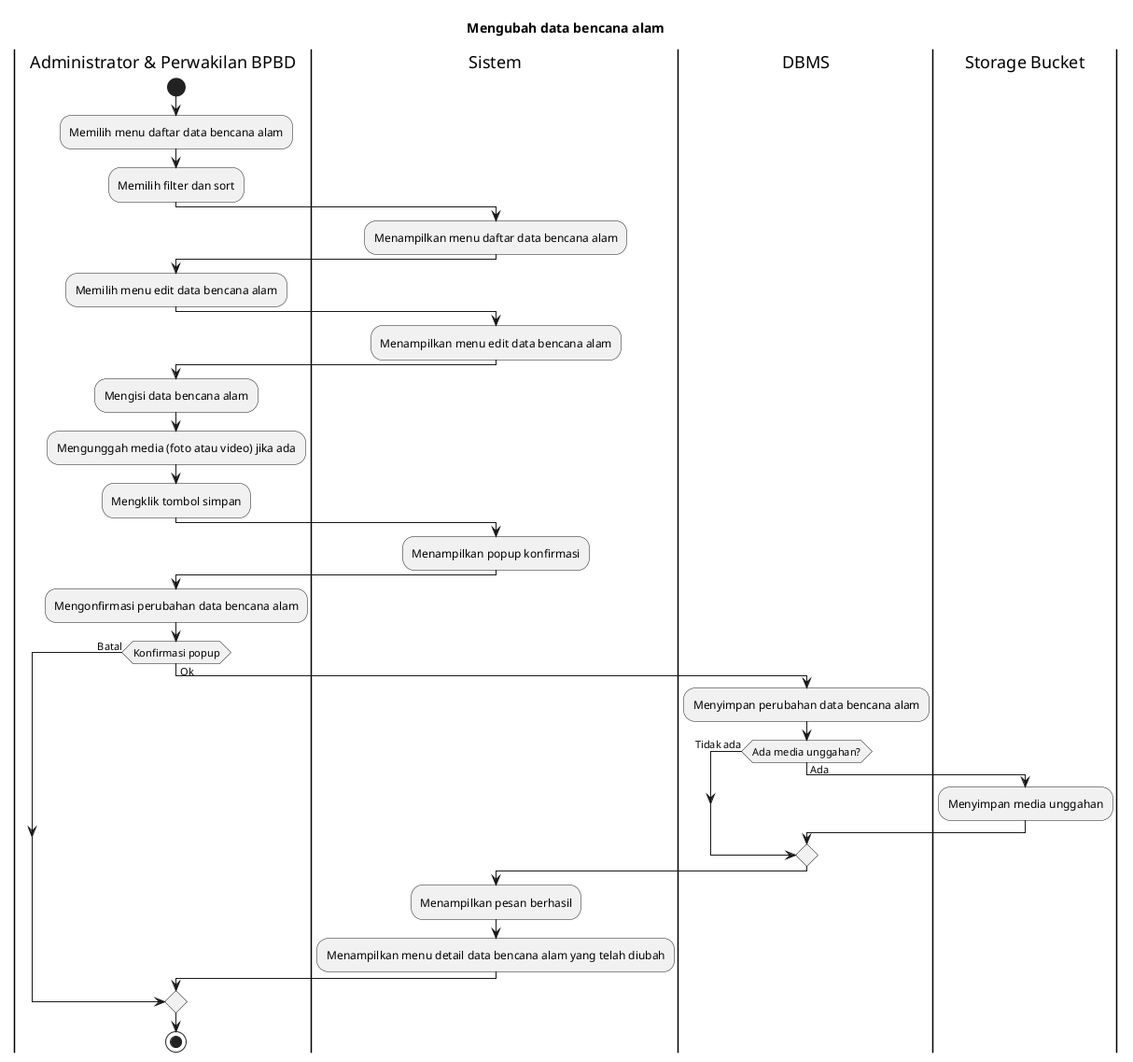
bagusNA/appl-diagrams keeps this PlantUML diagram as export/Activity Diagrams/UC-MGDISASTER - Manajemen Data Bencana/UC-MGDISASTER-008 - Mengubah data bencana alam.png. Above is the earlier version.
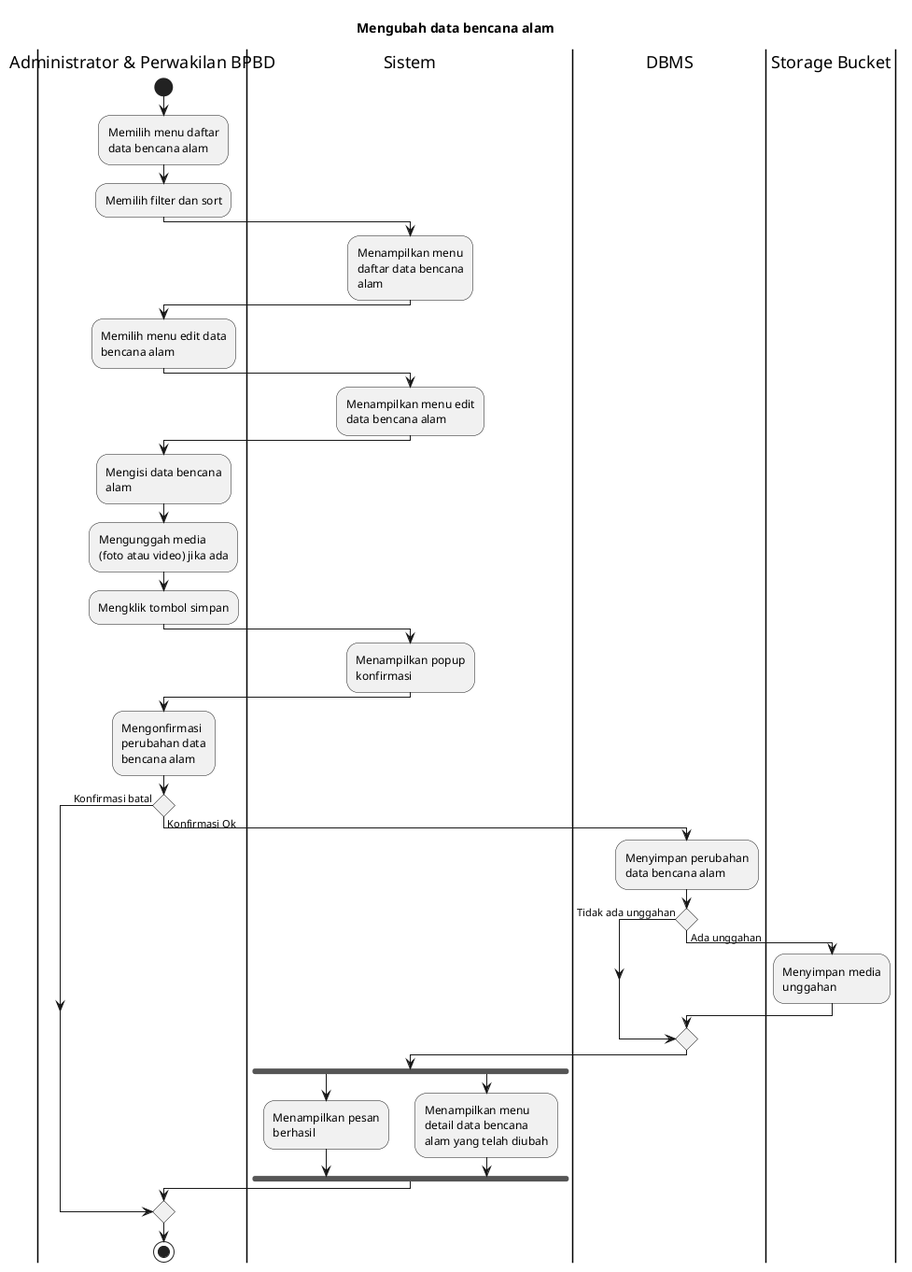
Later version of the same file.

The edit, as a diff of the source:
```diff
@@ -1,4 +1,6 @@
 @startuml
+skinparam wrapWidth 140
+
 title Mengubah data bencana alam
 
 |Administrator & Perwakilan BPBD|
@@ -26,20 +28,23 @@
 |Administrator & Perwakilan BPBD|
 :Mengonfirmasi perubahan data bencana alam;
 
-if (Konfirmasi popup) then (Batal)
-else (Ok)
+if () then (Konfirmasi batal)
+else (Konfirmasi Ok)
   |DBMS|
   :Menyimpan perubahan data bencana alam;
 
-  if (Ada media unggahan?) then (Tidak ada)
-  else (Ada)
+  if () then (Tidak ada unggahan)
+  else (Ada unggahan)
     |Storage Bucket|
     :Menyimpan media unggahan;
   endif
 
   |Sistem|
-  :Menampilkan pesan berhasil;
-  :Menampilkan menu detail data bencana alam yang telah diubah;
+  fork
+    :Menampilkan pesan berhasil;
+  fork again
+    :Menampilkan menu detail data bencana alam yang telah diubah;
+  endfork
 endif
 
 |Administrator & Perwakilan BPBD|
```
